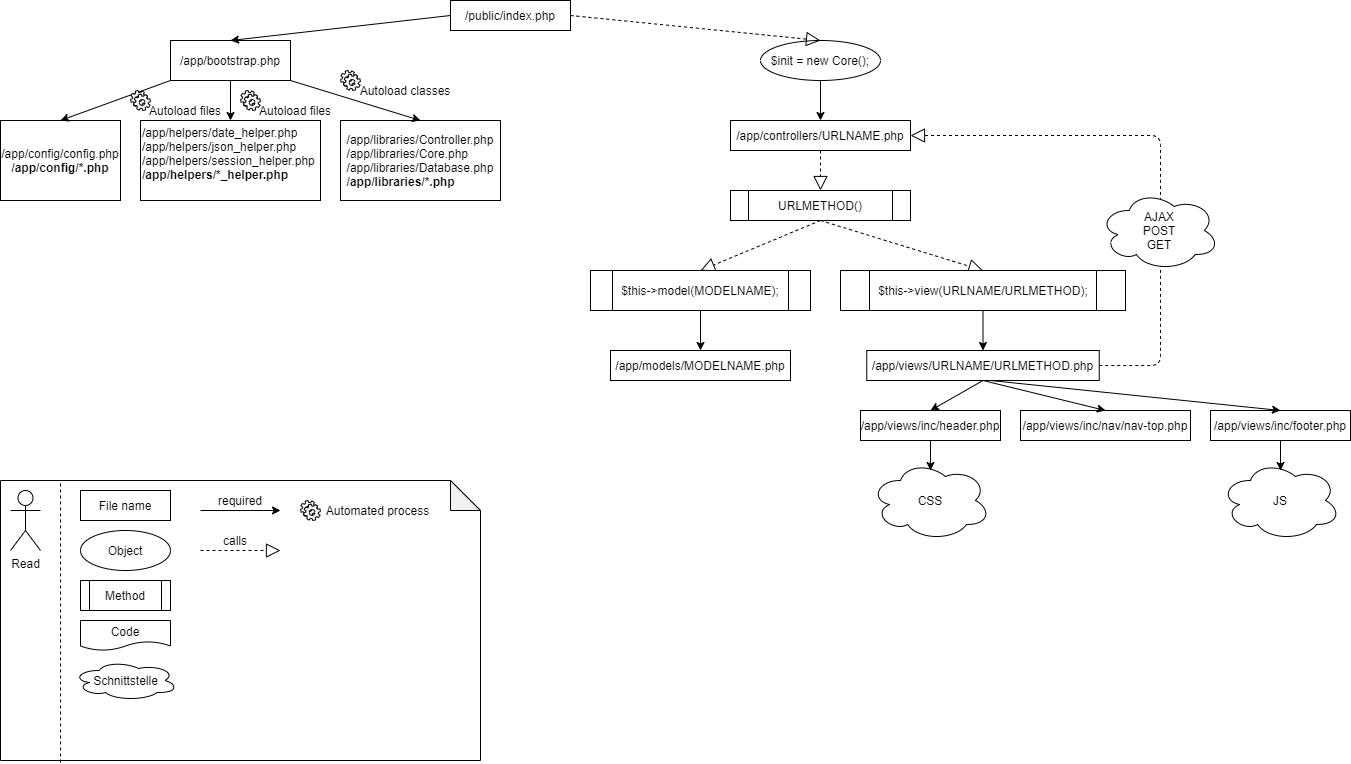
Above: dev/draw.io/file_dependencies.png in Bolkun/php-blog-engine (draw.io), before the change. Source tidied: cells renumbered, new cells last; positions are measured from the earlier drawing's top-left corner, leaving out a move shared by most shapes.
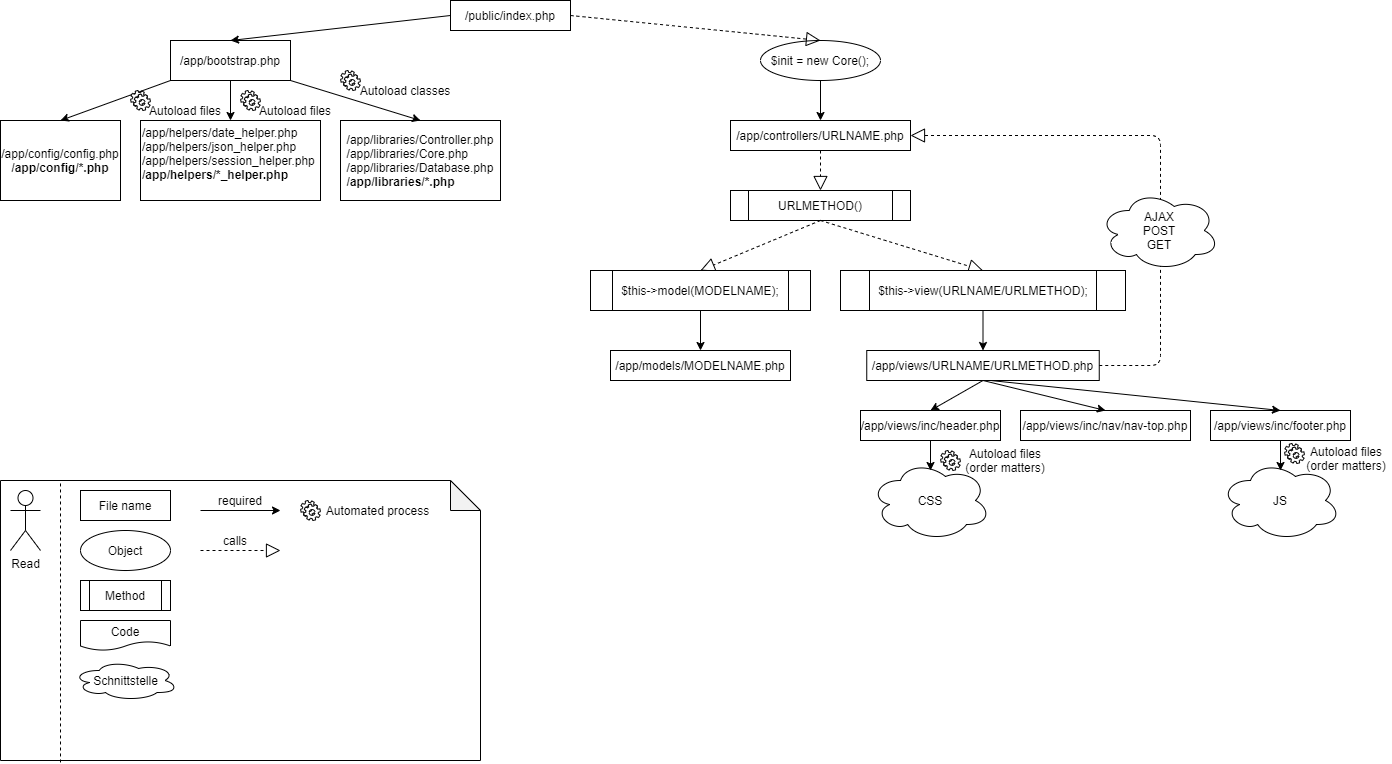
After the commit.

Diff of the diagram source:
```diff
@@ -180,5 +180,17 @@
     <mxCell id="56" value="Automated process" style="text;html=1;strokeColor=none;fillColor=none;align=center;verticalAlign=middle;whiteSpace=wrap;rounded=0;" parent="1" vertex="1">
       <mxGeometry x="320" y="500" width="115" height="20" as="geometry" />
     </mxCell>
+    <mxCell id="57" style="shape=mxgraph.bpmn.service_task;html=1;" parent="1" vertex="1">
+      <mxGeometry x="940" y="450" width="20" height="20" as="geometry" />
+    </mxCell>
+    <mxCell id="58" value="Autoload files (order matters)" style="text;html=1;strokeColor=none;fillColor=none;align=center;verticalAlign=middle;whiteSpace=wrap;rounded=0;" parent="1" vertex="1">
+      <mxGeometry x="1301" y="448" width="90" height="20" as="geometry" />
+    </mxCell>
+    <mxCell id="59" style="shape=mxgraph.bpmn.service_task;html=1;" parent="1" vertex="1">
+      <mxGeometry x="1284" y="443" width="20" height="20" as="geometry" />
+    </mxCell>
+    <mxCell id="60" value="Autoload files (order matters)" style="text;html=1;strokeColor=none;fillColor=none;align=center;verticalAlign=middle;whiteSpace=wrap;rounded=0;" parent="1" vertex="1">
+      <mxGeometry x="960" y="450" width="90" height="20" as="geometry" />
+    </mxCell>
   </root>
 </mxGraphModel>
```
